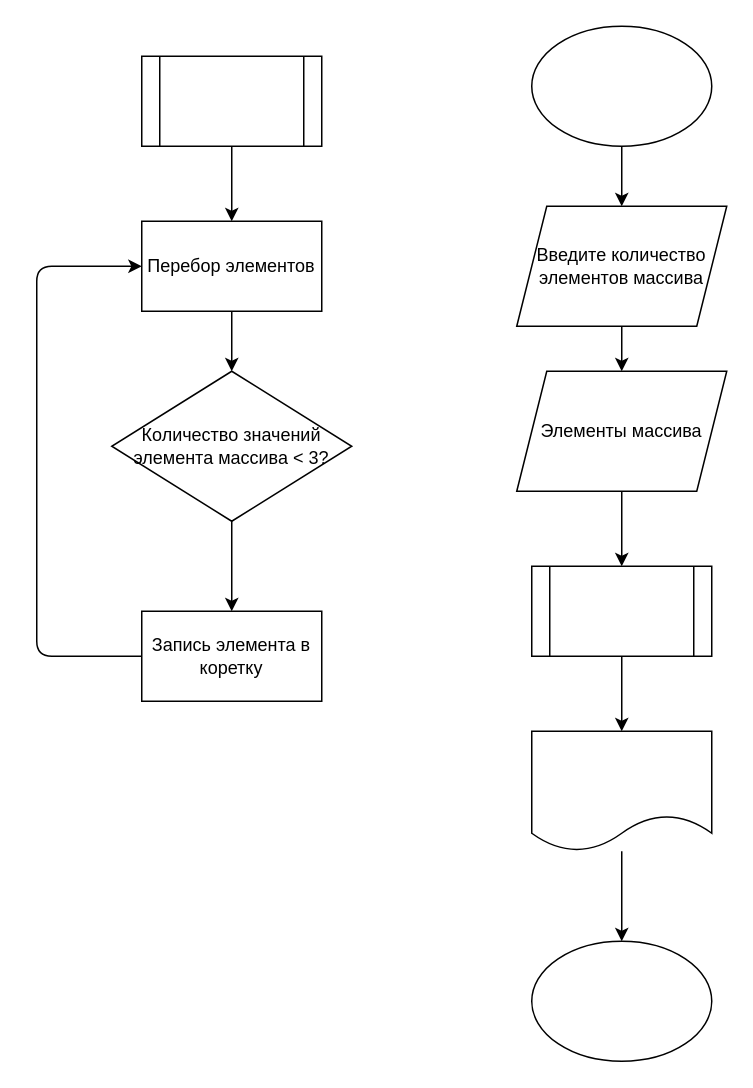
Before: Circuit/block.drawio in Aleksey100500/Control, a draw.io diagram. Source tidied: cells renumbered, new cells numbered last; positions are measured from the earlier drawing's top-left corner, leaving out a move shared by most shapes. Both pictures are drawn from the tidied source at 150%, with x=0, y=0 at pixel (36, 26).
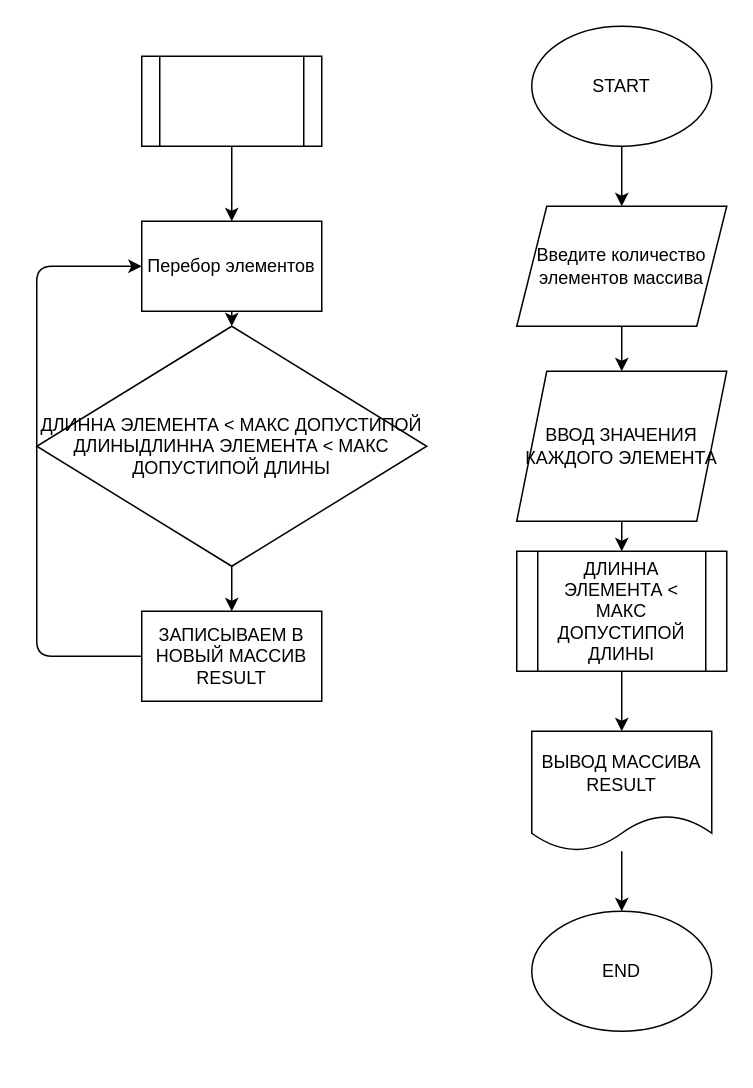
The same page after the edit.

Commit message:
Finished block

Change to the diagram source:
```diff
@@
-    <mxCell id="3" style="ellipse;whiteSpace=wrap;html=1;" parent="1" vertex="1">
+    <mxCell id="3" value="START" style="ellipse;whiteSpace=wrap;html=1;" parent="1" vertex="1">
       <mxGeometry x="330" width="120" height="80" as="geometry" />
     </mxCell>
@@
-    <mxCell id="6" style="edgeStyle=none;html=1;entryX=0.5;entryY=0;entryDx=0;entryDy=0;" parent="1" edge="1" source="7">
-      <mxGeometry relative="1" as="geometry">
-        <mxPoint x="390" y="360" as="targetPoint" />
-      </mxGeometry>
-    </mxCell>
+    <mxCell id="21" style="edgeStyle=none;html=1;entryX=0.5;entryY=0;entryDx=0;entryDy=0;" parent="1" edge="1" source="7" target="16">
+      <mxGeometry relative="1" as="geometry" />
+    </mxCell>
-    <mxCell id="7" value="Элементы массива" style="shape=parallelogram;perimeter=parallelogramPerimeter;whiteSpace=wrap;html=1;fixedSize=1;" parent="1" vertex="1">
-      <mxGeometry x="320" y="230" width="140" height="80" as="geometry" />
+    <mxCell id="7" value="ВВОД ЗНАЧЕНИЯ КАЖДОГО ЭЛЕМЕНТА" style="shape=parallelogram;perimeter=parallelogramPerimeter;whiteSpace=wrap;html=1;fixedSize=1;" parent="1" vertex="1">
+      <mxGeometry x="320" y="230" width="140" height="100" as="geometry" />
     </mxCell>
@@
-    <mxCell id="12" value="Количество значений элемента массива &amp;lt; 3?" style="rhombus;whiteSpace=wrap;html=1;" parent="1" vertex="1">
-      <mxGeometry x="50" y="230" width="160" height="100" as="geometry" />
+    <mxCell id="12" value="ДЛИННА ЭЛЕМЕНТА &amp;lt; МАКС ДОПУСТИПОЙ ДЛИНЫДЛИННА ЭЛЕМЕНТА &amp;lt; МАКС ДОПУСТИПОЙ ДЛИНЫ" style="rhombus;whiteSpace=wrap;html=1;" parent="1" vertex="1">
+      <mxGeometry y="200" width="260" height="160" as="geometry" />
     </mxCell>
@@
-    <mxCell id="14" value="Запись элемента в коретку" style="rounded=0;whiteSpace=wrap;html=1;" parent="1" vertex="1">
+    <mxCell id="14" value="ЗАПИСЫВАЕМ В НОВЫЙ МАССИВ RESULT" style="rounded=0;whiteSpace=wrap;html=1;" parent="1" vertex="1">
       <mxGeometry x="70" y="390" width="120" height="60" as="geometry" />
     </mxCell>
@@
-    <mxCell id="16" style="shape=process;whiteSpace=wrap;html=1;backgroundOutline=1;" parent="1" vertex="1">
-      <mxGeometry x="330" y="360" width="120" height="60" as="geometry" />
+    <mxCell id="16" value="ДЛИННА ЭЛЕМЕНТА &amp;lt; МАКС ДОПУСТИПОЙ ДЛИНЫ" style="shape=process;whiteSpace=wrap;html=1;backgroundOutline=1;" parent="1" vertex="1">
+      <mxGeometry x="320" y="350" width="140" height="80" as="geometry" />
     </mxCell>
@@
-    <mxCell id="19" style="shape=document;whiteSpace=wrap;html=1;boundedLbl=1;" parent="1" vertex="1">
+    <mxCell id="19" value="ВЫВОД МАССИВА RESULT" style="shape=document;whiteSpace=wrap;html=1;boundedLbl=1;" parent="1" vertex="1">
       <mxGeometry x="330" y="470" width="120" height="80" as="geometry" />
     </mxCell>
-    <mxCell id="20" style="ellipse;whiteSpace=wrap;html=1;" parent="1" vertex="1">
-      <mxGeometry x="330" y="610" width="120" height="80" as="geometry" />
+    <mxCell id="20" value="END" style="ellipse;whiteSpace=wrap;html=1;" parent="1" vertex="1">
+      <mxGeometry x="330" y="590" width="120" height="80" as="geometry" />
     </mxCell>
```
